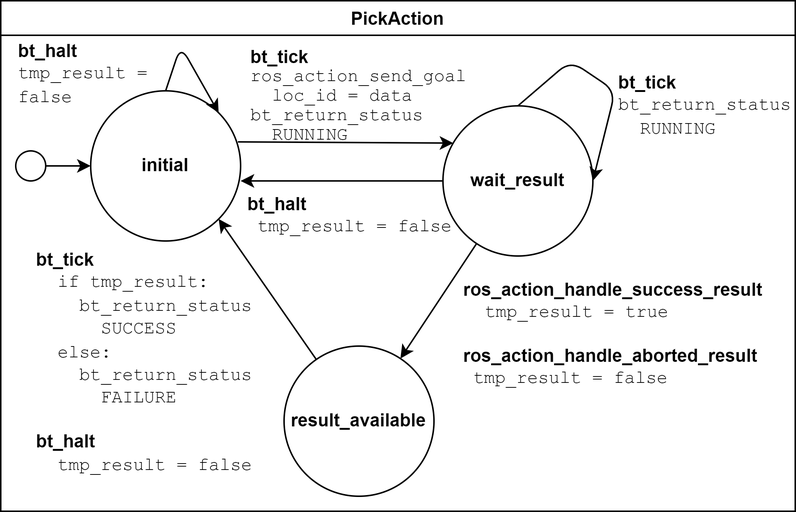
This is docs/source/graphics/scxml_tutorial_ros_fetch_and_carry_bt_pick.drawio.png from convince-project/AS2FM, a draw.io export, as it was before one commit. Source tidied: cells renumbered, new cells last; positions are measured from the earlier drawing's top-left corner, leaving out a move shared by most shapes. Its diagram source:
```xml
<mxGraphModel>
  <root>
    <mxCell id="0" />
    <mxCell id="1" parent="0" />
    <mxCell id="2" value="PickAction" style="swimlane;rotation=0;" parent="1" vertex="1">
      <mxGeometry width="530" height="340" as="geometry" />
    </mxCell>
    <mxCell id="3" style="edgeStyle=none;html=1;entryX=0.069;entryY=0.248;entryDx=0;entryDy=0;entryPerimeter=0;exitX=0.982;exitY=0.34;exitDx=0;exitDy=0;exitPerimeter=0;" parent="2" edge="1" source="4" target="6">
      <mxGeometry relative="1" as="geometry" />
    </mxCell>
    <mxCell id="4" value="&lt;font style=&quot;&quot;&gt;&lt;font style=&quot;font-size: 12px;&quot;&gt;&lt;b style=&quot;&quot;&gt;initial&lt;/b&gt;&lt;/font&gt;&lt;br&gt;&lt;/font&gt;" style="ellipse;whiteSpace=wrap;html=1;shadow=0;" parent="2" vertex="1">
      <mxGeometry x="60" y="60" width="100" height="100" as="geometry" />
    </mxCell>
    <mxCell id="5" style="edgeStyle=none;html=1;" parent="2" edge="1" source="6" target="8">
      <mxGeometry relative="1" as="geometry" />
    </mxCell>
    <mxCell id="6" value="&lt;font style=&quot;font-size: 12px;&quot;&gt;&lt;b style=&quot;&quot;&gt;wait_result&lt;/b&gt;&lt;br&gt;&lt;/font&gt;" style="ellipse;whiteSpace=wrap;html=1;" parent="2" vertex="1">
      <mxGeometry x="295" y="70" width="100" height="100" as="geometry" />
    </mxCell>
    <mxCell id="7" style="edgeStyle=none;html=1;entryX=1;entryY=1;entryDx=0;entryDy=0;fontFamily=Courier New;fontSize=12;" parent="2" edge="1" source="8" target="4">
      <mxGeometry relative="1" as="geometry" />
    </mxCell>
    <mxCell id="8" value="&lt;font style=&quot;font-size: 12px;&quot;&gt;&lt;b style=&quot;&quot;&gt;result_available&lt;/b&gt;&lt;br&gt;&lt;/font&gt;" style="ellipse;whiteSpace=wrap;html=1;" parent="2" vertex="1">
      <mxGeometry x="189" y="230" width="100" height="100" as="geometry" />
    </mxCell>
    <mxCell id="9" value="&lt;p style=&quot;line-height: 100%;&quot;&gt;&lt;b&gt;bt_tick&lt;br&gt;&lt;/b&gt;&lt;font face=&quot;Courier New&quot;&gt;ros_action_send_goal&lt;br&gt;&amp;nbsp; loc_id = data&lt;br&gt;bt_return_status&lt;br&gt;&amp;nbsp; RUNNING&lt;/font&gt;&lt;/p&gt;" style="text;strokeColor=none;align=left;fillColor=none;html=1;verticalAlign=middle;whiteSpace=wrap;rounded=0;" parent="2" vertex="1">
      <mxGeometry x="165" y="18" width="158" height="90" as="geometry" />
    </mxCell>
    <mxCell id="10" style="edgeStyle=none;html=1;exitX=0;exitY=0.5;exitDx=0;exitDy=0;" parent="2" edge="1" source="6">
      <mxGeometry relative="1" as="geometry">
        <mxPoint x="160" y="120" as="targetPoint" />
      </mxGeometry>
    </mxCell>
    <mxCell id="11" value="&lt;div style=&quot;text-align: left; font-size: 12px;&quot;&gt;&lt;span style=&quot;background-color: initial;&quot;&gt;&lt;b style=&quot;&quot;&gt;&lt;font style=&quot;font-size: 12px;&quot;&gt;bt_tick&lt;/font&gt;&lt;/b&gt;&lt;/span&gt;&lt;/div&gt;&lt;div style=&quot;text-align: left; font-size: 12px;&quot;&gt;&lt;span style=&quot;background-color: initial;&quot;&gt;&lt;font style=&quot;font-size: 12px;&quot; face=&quot;Courier New&quot;&gt;bt_return_status&lt;/font&gt;&lt;/span&gt;&lt;/div&gt;&lt;div style=&quot;text-align: left; font-size: 12px;&quot;&gt;&lt;span style=&quot;background-color: initial;&quot;&gt;&lt;font style=&quot;font-size: 12px;&quot; face=&quot;Courier New&quot;&gt;&amp;nbsp; RUNNING&lt;/font&gt;&lt;/span&gt;&lt;/div&gt;" style="text;strokeColor=none;align=center;fillColor=none;html=1;verticalAlign=middle;whiteSpace=wrap;rounded=0;fontSize=8;" parent="2" vertex="1">
      <mxGeometry x="430" y="37" width="80" height="65" as="geometry" />
    </mxCell>
    <mxCell id="12" value="&lt;b&gt;bt_halt&lt;/b&gt;&lt;br&gt;&lt;font face=&quot;Courier New&quot;&gt;tmp_result = false&lt;/font&gt;" style="text;strokeColor=none;align=left;fillColor=none;html=1;verticalAlign=middle;whiteSpace=wrap;rounded=0;" parent="2" vertex="1">
      <mxGeometry x="10" y="18" width="90" height="61" as="geometry" />
    </mxCell>
    <mxCell id="13" style="edgeStyle=none;html=1;exitX=1;exitY=0.5;exitDx=0;exitDy=0;entryX=0;entryY=0.5;entryDx=0;entryDy=0;" parent="2" edge="1" source="14" target="4">
      <mxGeometry relative="1" as="geometry" />
    </mxCell>
    <mxCell id="14" style="ellipse;whiteSpace=wrap;html=1;shadow=0;" parent="2" vertex="1">
      <mxGeometry x="10" y="100" width="20" height="20" as="geometry" />
    </mxCell>
    <mxCell id="15" style="edgeStyle=none;html=1;exitX=0.5;exitY=0;exitDx=0;exitDy=0;entryX=1;entryY=0.5;entryDx=0;entryDy=0;fontFamily=Courier New;fontSize=12;" parent="2" edge="1" source="6" target="6">
      <mxGeometry relative="1" as="geometry">
        <Array as="points">
          <mxPoint x="380" y="40" />
          <mxPoint x="410" y="60" />
        </Array>
      </mxGeometry>
    </mxCell>
    <mxCell id="16" value="&lt;font style=&quot;font-size: 12px;&quot;&gt;&lt;b&gt;ros_action_handle_success_result&lt;/b&gt;&lt;br&gt;&lt;font face=&quot;Courier New&quot;&gt;&amp;nbsp; tmp_result = true&lt;/font&gt;&lt;br&gt;&lt;br&gt;&lt;b&gt;ros_action_handle_aborted_result&lt;/b&gt;&lt;br&gt;&amp;nbsp; &lt;font face=&quot;Courier New&quot;&gt;tmp_result = false&lt;/font&gt;&lt;/font&gt;" style="text;strokeColor=none;align=left;fillColor=none;html=1;verticalAlign=middle;whiteSpace=wrap;rounded=0;" parent="2" vertex="1">
      <mxGeometry x="307" y="148" width="206" height="147" as="geometry" />
    </mxCell>
    <mxCell id="17" value="&lt;b&gt;bt_tick&lt;/b&gt;&lt;br&gt;&lt;font face=&quot;Courier New&quot;&gt;&amp;nbsp;&amp;nbsp;if tmp_result:&lt;/font&gt;&lt;br&gt;&lt;font face=&quot;Courier New&quot;&gt;&amp;nbsp; &amp;nbsp; bt_return_status&lt;br&gt;&amp;nbsp; &amp;nbsp; &amp;nbsp; SUCCESS&lt;br&gt;&amp;nbsp; else:&lt;br&gt;&lt;/font&gt;&lt;span style=&quot;font-family: &amp;quot;Courier New&amp;quot;;&quot;&gt;&amp;nbsp; &amp;nbsp;&amp;nbsp;&lt;/span&gt;&lt;span style=&quot;font-family: &amp;quot;Courier New&amp;quot;;&quot;&gt;bt_return_status&lt;/span&gt;&lt;br style=&quot;font-family: &amp;quot;Courier New&amp;quot;;&quot;&gt;&lt;span style=&quot;font-family: &amp;quot;Courier New&amp;quot;;&quot;&gt;&amp;nbsp; &amp;nbsp; &amp;nbsp; FAILURE&lt;/span&gt;&lt;br&gt;&lt;br&gt;&lt;b&gt;bt_halt&lt;/b&gt;&lt;br&gt;&lt;font face=&quot;Courier New&quot;&gt;&amp;nbsp; tmp_result = false&lt;/font&gt;" style="text;strokeColor=none;align=left;fillColor=none;html=1;verticalAlign=middle;whiteSpace=wrap;rounded=0;" parent="2" vertex="1">
      <mxGeometry x="22" y="166" width="166" height="150" as="geometry" />
    </mxCell>
    <mxCell id="18" style="edgeStyle=none;html=1;exitX=0.5;exitY=0;exitDx=0;exitDy=0;entryX=1;entryY=0;entryDx=0;entryDy=0;fontFamily=Courier New;fontSize=12;" parent="2" edge="1" source="4" target="4">
      <mxGeometry relative="1" as="geometry">
        <Array as="points">
          <mxPoint x="120" y="30" />
        </Array>
      </mxGeometry>
    </mxCell>
    <mxCell id="19" value="&lt;b&gt;bt_halt&lt;/b&gt; &lt;br&gt;&amp;nbsp; &lt;font face=&quot;Courier New&quot;&gt;tmp_result = false&lt;/font&gt;" style="text;strokeColor=none;align=left;fillColor=none;html=1;verticalAlign=middle;whiteSpace=wrap;rounded=0;" parent="2" vertex="1">
      <mxGeometry x="163" y="128" width="180" height="30" as="geometry" />
    </mxCell>
  </root>
</mxGraphModel>
```
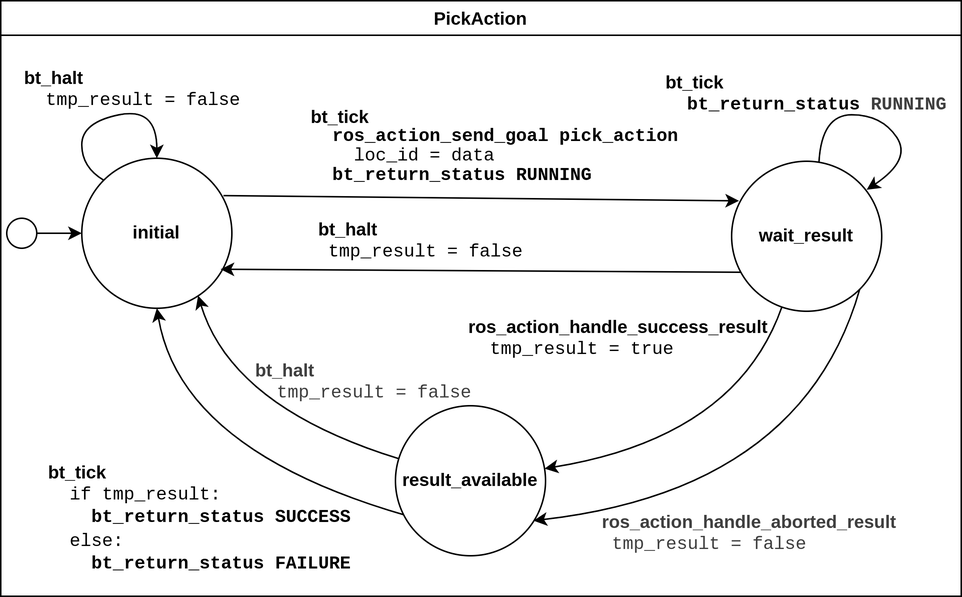
After the change.

Change to the diagram source:
```diff
@@ -3,69 +3,101 @@
     <mxCell id="0" />
     <mxCell id="1" parent="0" />
     <mxCell id="2" value="PickAction" style="swimlane;rotation=0;" parent="1" vertex="1">
-      <mxGeometry width="530" height="340" as="geometry" />
+      <mxGeometry width="640" height="397" as="geometry" />
     </mxCell>
-    <mxCell id="3" style="edgeStyle=none;html=1;entryX=0.069;entryY=0.248;entryDx=0;entryDy=0;entryPerimeter=0;exitX=0.982;exitY=0.34;exitDx=0;exitDy=0;exitPerimeter=0;" parent="2" edge="1" source="4" target="6">
+    <mxCell id="3" style="edgeStyle=none;html=1;entryX=0.049;entryY=0.264;entryDx=0;entryDy=0;entryPerimeter=0;exitX=0.944;exitY=0.249;exitDx=0;exitDy=0;exitPerimeter=0;" parent="2" edge="1" source="4" target="6">
       <mxGeometry relative="1" as="geometry" />
     </mxCell>
     <mxCell id="4" value="&lt;font style=&quot;&quot;&gt;&lt;font style=&quot;font-size: 12px;&quot;&gt;&lt;b style=&quot;&quot;&gt;initial&lt;/b&gt;&lt;/font&gt;&lt;br&gt;&lt;/font&gt;" style="ellipse;whiteSpace=wrap;html=1;shadow=0;" parent="2" vertex="1">
-      <mxGeometry x="60" y="60" width="100" height="100" as="geometry" />
+      <mxGeometry x="54" y="105" width="100" height="100" as="geometry" />
     </mxCell>
-    <mxCell id="5" style="edgeStyle=none;html=1;" parent="2" edge="1" source="6" target="8">
-      <mxGeometry relative="1" as="geometry" />
+    <mxCell id="5" style="edgeStyle=none;html=1;rounded=0;curved=1;" parent="2" edge="1" source="6" target="8">
+      <mxGeometry relative="1" as="geometry">
+        <Array as="points">
+          <mxPoint x="490" y="291" />
+        </Array>
+      </mxGeometry>
     </mxCell>
+    <mxCell id="20" style="edgeStyle=none;html=1;exitX=1;exitY=1;exitDx=0;exitDy=0;entryX=0.92;entryY=0.766;entryDx=0;entryDy=0;rounded=0;curved=1;entryPerimeter=0;" parent="2" edge="1" source="6" target="8">
+      <mxGeometry relative="1" as="geometry">
+        <Array as="points">
+          <mxPoint x="534" y="326" />
+        </Array>
+      </mxGeometry>
+    </mxCell>
+    <mxCell id="21" value="&lt;div style=&quot;&quot;&gt;&lt;b style=&quot;background-color: transparent; text-wrap-mode: wrap; scrollbar-color: rgb(226, 226, 226) rgb(251, 251, 251); font-size: 12px; color: rgb(63, 63, 63);&quot;&gt;ros_action_handle_aborted_result&lt;/b&gt;&lt;/div&gt;&lt;span style=&quot;color: rgb(63, 63, 63); font-size: 12px; text-wrap-mode: wrap;&quot;&gt;&amp;nbsp;&amp;nbsp;&lt;/span&gt;&lt;font face=&quot;Courier New&quot; style=&quot;color: rgb(63, 63, 63); scrollbar-color: rgb(226, 226, 226) rgb(251, 251, 251); font-size: 12px; text-wrap-mode: wrap;&quot;&gt;tmp_result = false&lt;/font&gt;" style="edgeLabel;html=1;align=left;verticalAlign=middle;rotation=0;labelBackgroundColor=none;" parent="20" vertex="1">
+      <mxGeometry x="-0.65" relative="1" as="geometry">
+        <mxPoint x="-158" y="108" as="offset" />
+      </mxGeometry>
+    </mxCell>
     <mxCell id="6" value="&lt;font style=&quot;font-size: 12px;&quot;&gt;&lt;b style=&quot;&quot;&gt;wait_result&lt;/b&gt;&lt;br&gt;&lt;/font&gt;" style="ellipse;whiteSpace=wrap;html=1;" parent="2" vertex="1">
-      <mxGeometry x="295" y="70" width="100" height="100" as="geometry" />
+      <mxGeometry x="487" y="107" width="100" height="100" as="geometry" />
     </mxCell>
-    <mxCell id="7" style="edgeStyle=none;html=1;entryX=1;entryY=1;entryDx=0;entryDy=0;fontFamily=Courier New;fontSize=12;" parent="2" edge="1" source="8" target="4">
-      <mxGeometry relative="1" as="geometry" />
+    <mxCell id="7" style="edgeStyle=none;html=1;entryX=0.775;entryY=0.916;entryDx=0;entryDy=0;fontFamily=Courier New;fontSize=12;entryPerimeter=0;rounded=0;curved=1;" parent="2" edge="1" source="8" target="4">
+      <mxGeometry relative="1" as="geometry">
+        <Array as="points">
+          <mxPoint x="154" y="271" />
+        </Array>
+      </mxGeometry>
     </mxCell>
+    <mxCell id="22" style="edgeStyle=none;html=1;exitX=0.074;exitY=0.732;exitDx=0;exitDy=0;entryX=0.5;entryY=1;entryDx=0;entryDy=0;rounded=0;curved=1;exitPerimeter=0;" parent="2" edge="1" source="8" target="4">
+      <mxGeometry relative="1" as="geometry">
+        <Array as="points">
+          <mxPoint x="120" y="300" />
+        </Array>
+      </mxGeometry>
+    </mxCell>
     <mxCell id="8" value="&lt;font style=&quot;font-size: 12px;&quot;&gt;&lt;b style=&quot;&quot;&gt;result_available&lt;/b&gt;&lt;br&gt;&lt;/font&gt;" style="ellipse;whiteSpace=wrap;html=1;" parent="2" vertex="1">
-      <mxGeometry x="189" y="230" width="100" height="100" as="geometry" />
+      <mxGeometry x="263" y="270" width="100" height="100" as="geometry" />
     </mxCell>
-    <mxCell id="9" value="&lt;p style=&quot;line-height: 100%;&quot;&gt;&lt;b&gt;bt_tick&lt;br&gt;&lt;/b&gt;&lt;font face=&quot;Courier New&quot;&gt;ros_action_send_goal&lt;br&gt;&amp;nbsp; loc_id = data&lt;br&gt;bt_return_status&lt;br&gt;&amp;nbsp; RUNNING&lt;/font&gt;&lt;/p&gt;" style="text;strokeColor=none;align=left;fillColor=none;html=1;verticalAlign=middle;whiteSpace=wrap;rounded=0;" parent="2" vertex="1">
-      <mxGeometry x="165" y="18" width="158" height="90" as="geometry" />
+    <mxCell id="9" value="&lt;p style=&quot;line-height: 100%;&quot;&gt;&lt;b&gt;bt_tick&lt;br&gt;&lt;/b&gt;&lt;font face=&quot;Courier New&quot;&gt;&lt;b&gt;&amp;nbsp; ros_action_send_goal pick_action&lt;br&gt;&lt;/b&gt;&amp;nbsp; &amp;nbsp; loc_id = data&lt;br&gt;&lt;b&gt;&amp;nbsp; bt_return_status RUNNING&lt;/b&gt;&lt;/font&gt;&lt;/p&gt;" style="text;strokeColor=none;align=left;fillColor=none;html=1;verticalAlign=middle;whiteSpace=wrap;rounded=0;" parent="2" vertex="1">
+      <mxGeometry x="205" y="52" width="260" height="90" as="geometry" />
     </mxCell>
-    <mxCell id="10" style="edgeStyle=none;html=1;exitX=0;exitY=0.5;exitDx=0;exitDy=0;" parent="2" edge="1" source="6">
-      <mxGeometry relative="1" as="geometry">
-        <mxPoint x="160" y="120" as="targetPoint" />
-      </mxGeometry>
+    <mxCell id="10" style="edgeStyle=none;html=1;exitX=0.064;exitY=0.74;exitDx=0;exitDy=0;exitPerimeter=0;entryX=0.925;entryY=0.74;entryDx=0;entryDy=0;entryPerimeter=0;" parent="2" edge="1" source="6" target="4">
+      <mxGeometry relative="1" as="geometry" />
     </mxCell>
-    <mxCell id="11" value="&lt;div style=&quot;text-align: left; font-size: 12px;&quot;&gt;&lt;span style=&quot;background-color: initial;&quot;&gt;&lt;b style=&quot;&quot;&gt;&lt;font style=&quot;font-size: 12px;&quot;&gt;bt_tick&lt;/font&gt;&lt;/b&gt;&lt;/span&gt;&lt;/div&gt;&lt;div style=&quot;text-align: left; font-size: 12px;&quot;&gt;&lt;span style=&quot;background-color: initial;&quot;&gt;&lt;font style=&quot;font-size: 12px;&quot; face=&quot;Courier New&quot;&gt;bt_return_status&lt;/font&gt;&lt;/span&gt;&lt;/div&gt;&lt;div style=&quot;text-align: left; font-size: 12px;&quot;&gt;&lt;span style=&quot;background-color: initial;&quot;&gt;&lt;font style=&quot;font-size: 12px;&quot; face=&quot;Courier New&quot;&gt;&amp;nbsp; RUNNING&lt;/font&gt;&lt;/span&gt;&lt;/div&gt;" style="text;strokeColor=none;align=center;fillColor=none;html=1;verticalAlign=middle;whiteSpace=wrap;rounded=0;fontSize=8;" parent="2" vertex="1">
-      <mxGeometry x="430" y="37" width="80" height="65" as="geometry" />
+    <mxCell id="11" value="&lt;div style=&quot;text-align: left; font-size: 12px;&quot;&gt;&lt;span style=&quot;background-color: initial;&quot;&gt;&lt;b style=&quot;&quot;&gt;&lt;font style=&quot;font-size: 12px;&quot;&gt;bt_tick&lt;/font&gt;&lt;/b&gt;&lt;/span&gt;&lt;/div&gt;&lt;div style=&quot;text-align: left; font-size: 12px;&quot;&gt;&lt;b&gt;&lt;span style=&quot;background-color: initial;&quot;&gt;&lt;font style=&quot;font-size: 12px;&quot; face=&quot;Courier New&quot;&gt;&amp;nbsp; bt_return_status&amp;nbsp;&lt;/font&gt;&lt;/span&gt;&lt;span style=&quot;color: rgb(63, 63, 63); font-family: &amp;quot;Courier New&amp;quot;; background-color: initial;&quot;&gt;RUNNING&lt;/span&gt;&lt;/b&gt;&lt;/div&gt;" style="text;strokeColor=none;align=center;fillColor=none;html=1;verticalAlign=middle;whiteSpace=wrap;rounded=0;fontSize=8;" parent="2" vertex="1">
+      <mxGeometry x="437" y="42.5" width="200" height="38" as="geometry" />
     </mxCell>
-    <mxCell id="12" value="&lt;b&gt;bt_halt&lt;/b&gt;&lt;br&gt;&lt;font face=&quot;Courier New&quot;&gt;tmp_result = false&lt;/font&gt;" style="text;strokeColor=none;align=left;fillColor=none;html=1;verticalAlign=middle;whiteSpace=wrap;rounded=0;" parent="2" vertex="1">
-      <mxGeometry x="10" y="18" width="90" height="61" as="geometry" />
+    <mxCell id="12" value="&lt;b&gt;bt_halt&lt;/b&gt;&lt;br&gt;&lt;font face=&quot;Courier New&quot;&gt;&amp;nbsp; tmp_result = false&lt;/font&gt;" style="text;strokeColor=none;align=left;fillColor=none;html=1;verticalAlign=middle;whiteSpace=wrap;rounded=0;" parent="2" vertex="1">
+      <mxGeometry x="14" y="40" width="150" height="38" as="geometry" />
     </mxCell>
     <mxCell id="13" style="edgeStyle=none;html=1;exitX=1;exitY=0.5;exitDx=0;exitDy=0;entryX=0;entryY=0.5;entryDx=0;entryDy=0;" parent="2" edge="1" source="14" target="4">
       <mxGeometry relative="1" as="geometry" />
     </mxCell>
     <mxCell id="14" style="ellipse;whiteSpace=wrap;html=1;shadow=0;" parent="2" vertex="1">
-      <mxGeometry x="10" y="100" width="20" height="20" as="geometry" />
+      <mxGeometry x="4" y="145" width="20" height="20" as="geometry" />
     </mxCell>
-    <mxCell id="15" style="edgeStyle=none;html=1;exitX=0.5;exitY=0;exitDx=0;exitDy=0;entryX=1;entryY=0.5;entryDx=0;entryDy=0;fontFamily=Courier New;fontSize=12;" parent="2" edge="1" source="6" target="6">
-      <mxGeometry relative="1" as="geometry">
-        <Array as="points">
-          <mxPoint x="380" y="40" />
-          <mxPoint x="410" y="60" />
-        </Array>
-      </mxGeometry>
-    </mxCell>
-    <mxCell id="16" value="&lt;font style=&quot;font-size: 12px;&quot;&gt;&lt;b&gt;ros_action_handle_success_result&lt;/b&gt;&lt;br&gt;&lt;font face=&quot;Courier New&quot;&gt;&amp;nbsp; tmp_result = true&lt;/font&gt;&lt;br&gt;&lt;br&gt;&lt;b&gt;ros_action_handle_aborted_result&lt;/b&gt;&lt;br&gt;&amp;nbsp; &lt;font face=&quot;Courier New&quot;&gt;tmp_result = false&lt;/font&gt;&lt;/font&gt;" style="text;strokeColor=none;align=left;fillColor=none;html=1;verticalAlign=middle;whiteSpace=wrap;rounded=0;" parent="2" vertex="1">
-      <mxGeometry x="307" y="148" width="206" height="147" as="geometry" />
+    <mxCell id="16" value="&lt;font style=&quot;font-size: 12px;&quot;&gt;&lt;b&gt;ros_action_handle_success_result&lt;/b&gt;&lt;br&gt;&lt;font face=&quot;Courier New&quot;&gt;&amp;nbsp; tmp_result = true&lt;/font&gt;&lt;br&gt;&lt;/font&gt;" style="text;strokeColor=none;align=left;fillColor=none;html=1;verticalAlign=middle;whiteSpace=wrap;rounded=0;rotation=0;" parent="2" vertex="1">
+      <mxGeometry x="310" y="210" width="206" height="30" as="geometry" />
     </mxCell>
-    <mxCell id="17" value="&lt;b&gt;bt_tick&lt;/b&gt;&lt;br&gt;&lt;font face=&quot;Courier New&quot;&gt;&amp;nbsp;&amp;nbsp;if tmp_result:&lt;/font&gt;&lt;br&gt;&lt;font face=&quot;Courier New&quot;&gt;&amp;nbsp; &amp;nbsp; bt_return_status&lt;br&gt;&amp;nbsp; &amp;nbsp; &amp;nbsp; SUCCESS&lt;br&gt;&amp;nbsp; else:&lt;br&gt;&lt;/font&gt;&lt;span style=&quot;font-family: &amp;quot;Courier New&amp;quot;;&quot;&gt;&amp;nbsp; &amp;nbsp;&amp;nbsp;&lt;/span&gt;&lt;span style=&quot;font-family: &amp;quot;Courier New&amp;quot;;&quot;&gt;bt_return_status&lt;/span&gt;&lt;br style=&quot;font-family: &amp;quot;Courier New&amp;quot;;&quot;&gt;&lt;span style=&quot;font-family: &amp;quot;Courier New&amp;quot;;&quot;&gt;&amp;nbsp; &amp;nbsp; &amp;nbsp; FAILURE&lt;/span&gt;&lt;br&gt;&lt;br&gt;&lt;b&gt;bt_halt&lt;/b&gt;&lt;br&gt;&lt;font face=&quot;Courier New&quot;&gt;&amp;nbsp; tmp_result = false&lt;/font&gt;" style="text;strokeColor=none;align=left;fillColor=none;html=1;verticalAlign=middle;whiteSpace=wrap;rounded=0;" parent="2" vertex="1">
-      <mxGeometry x="22" y="166" width="166" height="150" as="geometry" />
+    <mxCell id="17" value="&lt;b&gt;bt_tick&lt;/b&gt;&lt;br&gt;&lt;font face=&quot;Courier New&quot;&gt;&amp;nbsp;&amp;nbsp;if tmp_result:&lt;/font&gt;&lt;br&gt;&lt;font face=&quot;Courier New&quot;&gt;&lt;b&gt;&amp;nbsp; &amp;nbsp; bt_return_status&amp;nbsp;SUCCESS&lt;br&gt;&lt;/b&gt;&amp;nbsp; else:&lt;br&gt;&lt;/font&gt;&lt;b&gt;&lt;span style=&quot;font-family: &amp;quot;Courier New&amp;quot;;&quot;&gt;&amp;nbsp; &amp;nbsp;&amp;nbsp;&lt;/span&gt;&lt;span style=&quot;font-family: &amp;quot;Courier New&amp;quot;;&quot;&gt;bt_return_status&amp;nbsp;&lt;/span&gt;&lt;span style=&quot;font-family: &amp;quot;Courier New&amp;quot;;&quot;&gt;FAILURE&lt;/span&gt;&lt;/b&gt;" style="text;strokeColor=none;align=left;fillColor=none;html=1;verticalAlign=middle;whiteSpace=wrap;rounded=0;rotation=0;" parent="2" vertex="1">
+      <mxGeometry x="30" y="301" width="233" height="87" as="geometry" />
     </mxCell>
+    <mxCell id="19" value="&lt;b&gt;bt_halt&lt;/b&gt; &lt;br&gt;&amp;nbsp; &lt;font face=&quot;Courier New&quot;&gt;tmp_result = false&lt;/font&gt;" style="text;strokeColor=none;align=left;fillColor=none;html=1;verticalAlign=middle;whiteSpace=wrap;rounded=0;" parent="2" vertex="1">
+      <mxGeometry x="210" y="145" width="180" height="30" as="geometry" />
+    </mxCell>
-    <mxCell id="18" style="edgeStyle=none;html=1;exitX=0.5;exitY=0;exitDx=0;exitDy=0;entryX=1;entryY=0;entryDx=0;entryDy=0;fontFamily=Courier New;fontSize=12;" parent="2" edge="1" source="4" target="4">
+    <mxCell id="18" style="edgeStyle=none;html=1;exitX=0;exitY=0;exitDx=0;exitDy=0;fontFamily=Courier New;fontSize=12;rounded=0;curved=1;entryX=0.5;entryY=0;entryDx=0;entryDy=0;" parent="2" edge="1" source="4" target="4">
       <mxGeometry relative="1" as="geometry">
         <Array as="points">
-          <mxPoint x="120" y="30" />
+          <mxPoint x="54" y="111" />
+          <mxPoint x="54" y="81" />
+          <mxPoint x="104" y="71" />
         </Array>
       </mxGeometry>
     </mxCell>
-    <mxCell id="19" value="&lt;b&gt;bt_halt&lt;/b&gt; &lt;br&gt;&amp;nbsp; &lt;font face=&quot;Courier New&quot;&gt;tmp_result = false&lt;/font&gt;" style="text;strokeColor=none;align=left;fillColor=none;html=1;verticalAlign=middle;whiteSpace=wrap;rounded=0;" parent="2" vertex="1">
-      <mxGeometry x="163" y="128" width="180" height="30" as="geometry" />
-    </mxCell>
+    <mxCell id="15" style="edgeStyle=none;html=1;exitX=0.582;exitY=0.004;exitDx=0;exitDy=0;fontFamily=Courier New;fontSize=12;rounded=0;curved=1;exitPerimeter=0;" parent="2" edge="1" source="6">
+      <mxGeometry relative="1" as="geometry">
+        <mxPoint x="577" y="126" as="targetPoint" />
+        <Array as="points">
+          <mxPoint x="547" y="76" />
+          <mxPoint x="587" y="76" />
+          <mxPoint x="607" y="106" />
+        </Array>
+      </mxGeometry>
+    </mxCell>
+    <mxCell id="23" value="&lt;font style=&quot;font-size: 12px;&quot;&gt;&lt;b style=&quot;scrollbar-color: rgb(226, 226, 226) rgb(251, 251, 251); color: rgb(63, 63, 63);&quot;&gt;bt_halt&lt;/b&gt;&lt;br style=&quot;scrollbar-color: rgb(226, 226, 226) rgb(251, 251, 251); color: rgb(63, 63, 63);&quot;&gt;&lt;div style=&quot;color: rgb(63, 63, 63); scrollbar-color: rgb(226, 226, 226) rgb(251, 251, 251); font-size: 11px; text-wrap-mode: nowrap;&quot;&gt;&lt;span style=&quot;scrollbar-color: rgb(226, 226, 226) rgb(251, 251, 251); font-size: 12px; text-wrap-mode: wrap; font-family: &amp;quot;Courier New&amp;quot;; color: rgb(63, 63, 63);&quot;&gt;&amp;nbsp; tmp_result = false&lt;/span&gt;&lt;/div&gt;&lt;/font&gt;" style="text;strokeColor=none;align=left;fillColor=none;html=1;verticalAlign=middle;whiteSpace=wrap;rounded=0;rotation=0;labelBackgroundColor=none;" parent="2" vertex="1">
+      <mxGeometry x="168" y="239" width="206" height="30" as="geometry" />
+    </mxCell>
   </root>
 </mxGraphModel>
```
